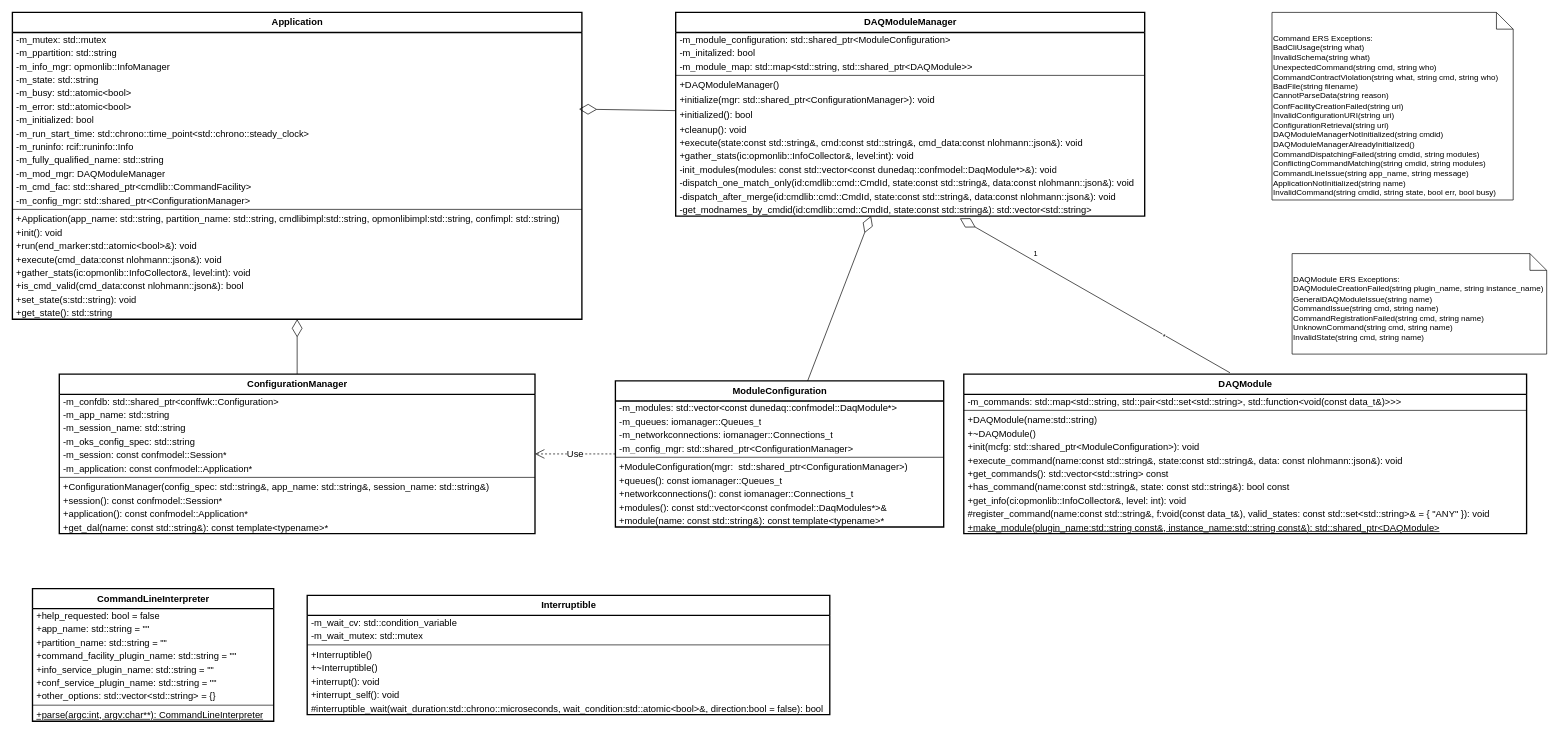
Before: page "OKS Config with ConfigurationHandler" (1 of 3) of docs/appfwk.drawio in DUNE-DAQ/appfwk, a draw.io diagram. Source tidied: cells renumbered, new cells numbered last; positions are measured from the earlier drawing's top-left corner, leaving out a move shared by most shapes. Both pictures are drawn from the tidied source at 67%, with x=0, y=0 at pixel (12, 12).
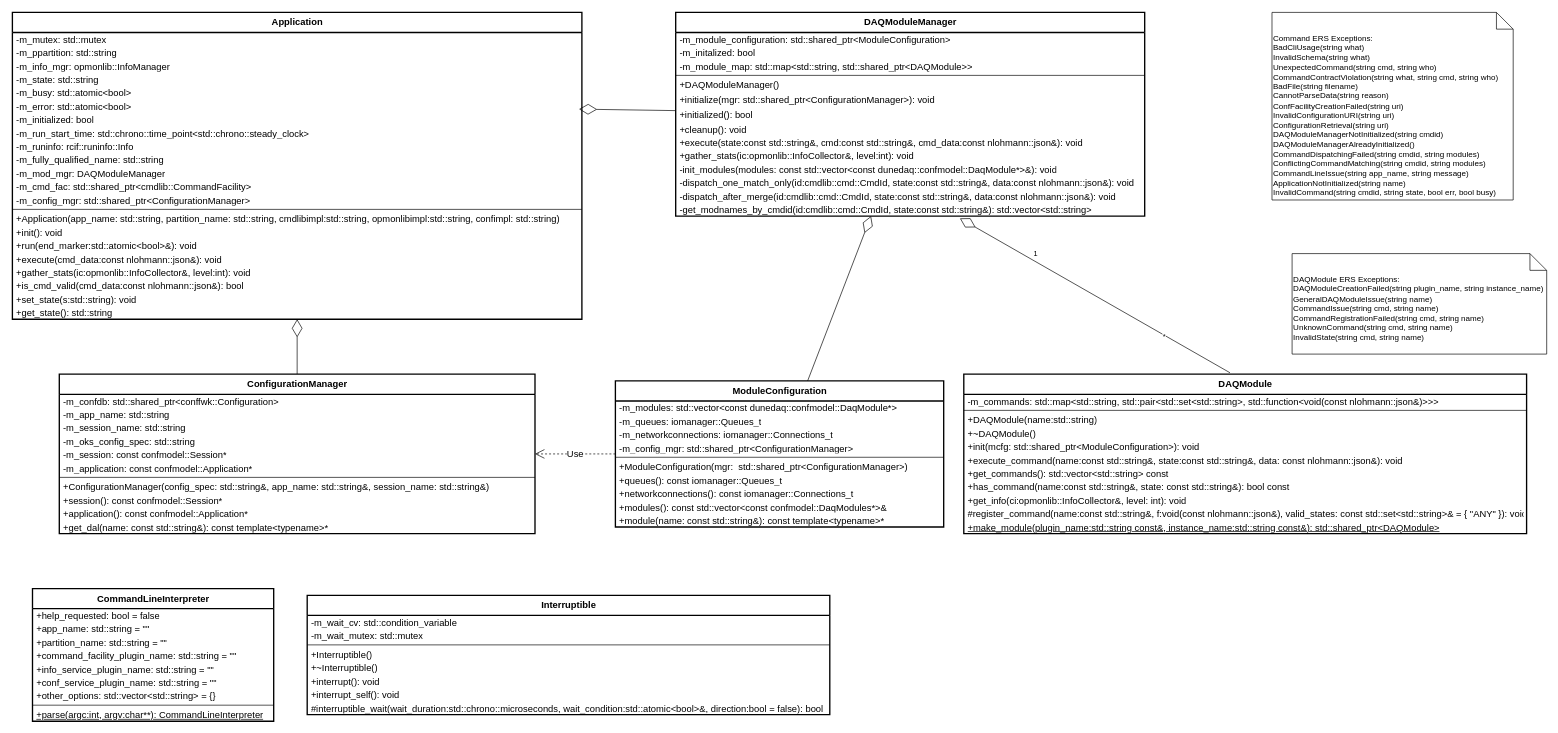
After the change.

The change refers to these unchanged cells:
```xml
<mxCell id="40" value="&lt;b&gt;DAQModule&lt;br&gt;&lt;/b&gt;" style="swimlane;fontStyle=0;align=center;verticalAlign=top;horizontal=1;startSize=30;html=1;fontFamily=Helvetica;fontSize=14;strokeWidth=2;fillColor=default;" parent="1" vertex="1">
  <mxGeometry x="1420" y="540" width="840" height="238" as="geometry" />
</mxCell>
```

The edit, as a diff of the source:
```diff
@@
-    <mxCell id="41" value="-m_commands: std::map&amp;lt;std::string, std::pair&amp;lt;std::set&amp;lt;std::string&amp;gt;, std::function&amp;lt;void(const data_t&amp;amp;)&amp;gt;&amp;gt;&amp;gt;" style="text;html=1;strokeColor=none;fillColor=none;align=left;verticalAlign=middle;spacingLeft=4;spacingRight=4;overflow=hidden;fontFamily=Helvetica;fontSize=14;" parent="40" vertex="1">
+    <mxCell id="41" value="-m_commands: std::map&amp;lt;std::string, std::pair&amp;lt;std::set&amp;lt;std::string&amp;gt;, std::function&amp;lt;void(const nlohmann::json&amp;amp;)&amp;gt;&amp;gt;&amp;gt;" style="text;html=1;strokeColor=none;fillColor=none;align=left;verticalAlign=middle;spacingLeft=4;spacingRight=4;overflow=hidden;fontFamily=Helvetica;fontSize=14;" parent="40" vertex="1">
       <mxGeometry y="30" width="840" height="20" as="geometry" />
     </mxCell>
@@
-    <mxCell id="50" value="#register_command(name:const std::string&amp;amp;, f:void(const data_t&amp;amp;), valid_states: const std::set&amp;lt;std::string&amp;gt;&amp;amp; = { &quot;ANY&quot; }): void" style="text;html=1;strokeColor=none;fillColor=none;align=left;verticalAlign=middle;spacingLeft=4;spacingRight=4;overflow=hidden;fontFamily=Helvetica;fontSize=14;" parent="40" vertex="1">
+    <mxCell id="50" value="#register_command(name:const std::string&amp;amp;, f:void(const nlohmann::json&amp;amp;), valid_states: const std::set&amp;lt;std::string&amp;gt;&amp;amp; = { &quot;ANY&quot; }): void" style="text;html=1;strokeColor=none;fillColor=none;align=left;verticalAlign=middle;spacingLeft=4;spacingRight=4;overflow=hidden;fontFamily=Helvetica;fontSize=14;" parent="40" vertex="1">
       <mxGeometry y="198" width="840" height="20" as="geometry" />
     </mxCell>
```
